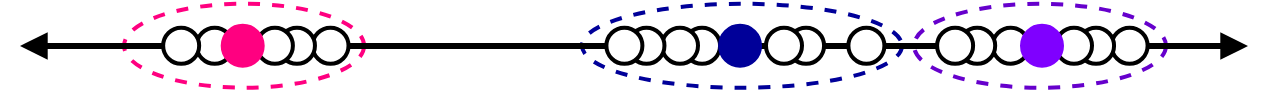
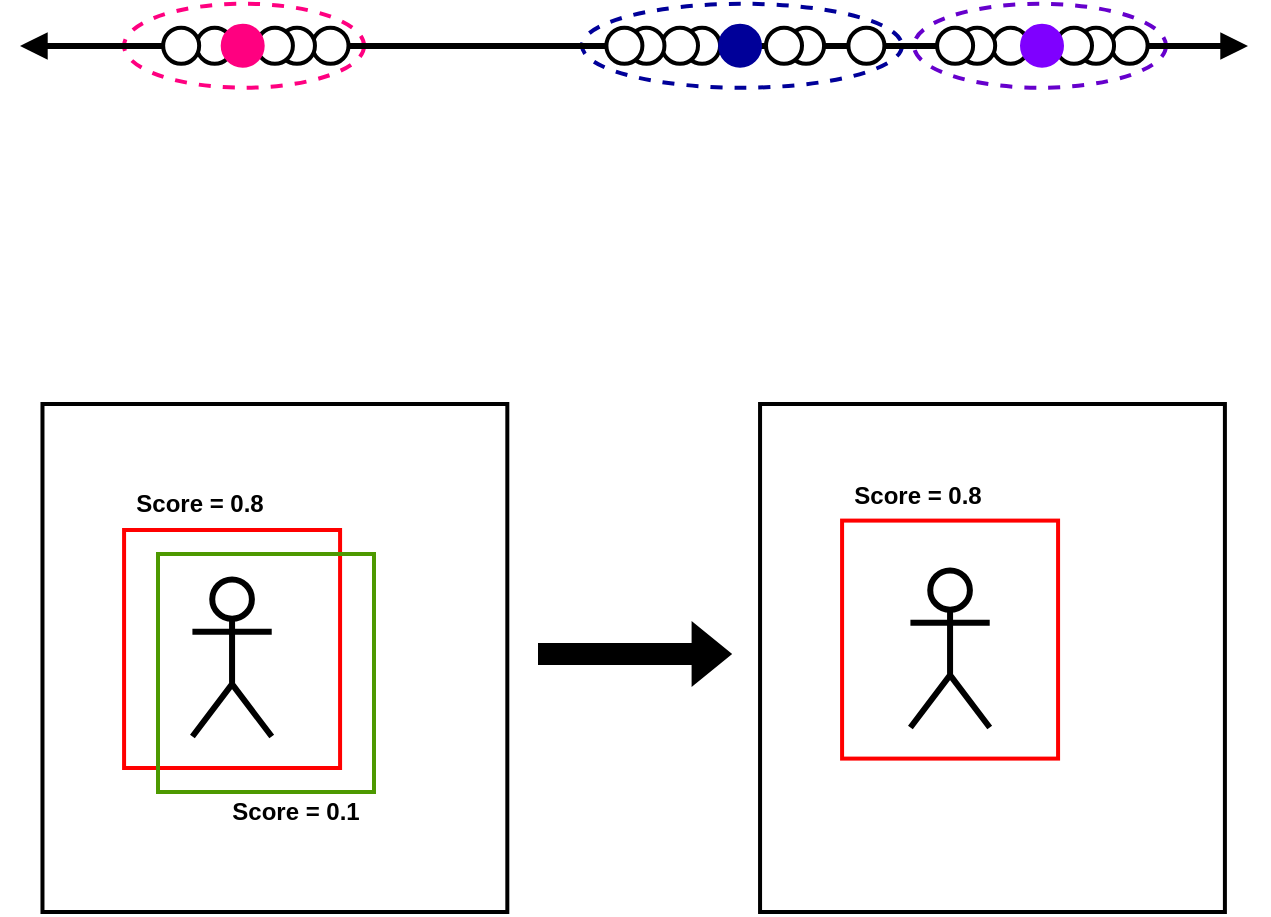
<mxfile host="Electron" agent="Mozilla/5.0 (Windows NT 10.0; Win64; x64) AppleWebKit/537.36 (KHTML, like Gecko) draw.io/25.0.1 Chrome/128.0.6613.186 Electron/32.2.6 Safari/537.36" pages="2">
  <diagram name="Sketch Pad" id="3yqpxKQvHaOyZTGhgoW6">
-     <mxGraphModel dx="5880" dy="1213" grid="0" gridSize="10" guides="1" tooltips="1" connect="1" arrows="1" fold="1" page="0" pageScale="1" pageWidth="850" pageHeight="1100" background="none" math="1" shadow="0">
+     <mxGraphModel dx="-2931" dy="-4284" grid="0" gridSize="10" guides="1" tooltips="1" connect="1" arrows="1" fold="1" page="0" pageScale="1" pageWidth="850" pageHeight="1100" background="none" math="1" shadow="0">
      <root>
        <mxCell id="0" />
        <mxCell id="1" parent="0" />
        <mxCell id="3xs7M_SOGUybf0Lt4Fvw-70" parent="1" style="ellipse;whiteSpace=wrap;html=1;dashed=1;strokeWidth=2;strokeColor=#6600CC;" value="" vertex="1">
          <mxGeometry height="42" width="126" x="4957" y="5238.87" as="geometry" />
        </mxCell>
        <mxCell id="3xs7M_SOGUybf0Lt4Fvw-68" parent="1" style="ellipse;whiteSpace=wrap;html=1;dashed=1;strokeWidth=2;strokeColor=#000099;" value="" vertex="1">
          <mxGeometry height="42" width="160" x="4791" y="5238.87" as="geometry" />
        </mxCell>
        <mxCell id="3xs7M_SOGUybf0Lt4Fvw-27" parent="1" style="ellipse;whiteSpace=wrap;html=1;dashed=1;strokeWidth=2;strokeColor=#FF0080;" value="" vertex="1">
          <mxGeometry height="42" width="120" x="4562.04" y="5238.87" as="geometry" />
        </mxCell>
        <mxCell id="3xs7M_SOGUybf0Lt4Fvw-25" edge="1" parent="1" style="endArrow=block;html=1;rounded=0;strokeWidth=3;strokeColor=#000000;endFill=1;exitX=1;exitY=0.5;exitDx=0;exitDy=0;startArrow=block;startFill=1;" value="">
          <mxGeometry height="50" relative="1" width="50" as="geometry">
            <mxPoint x="4510" y="5260" as="sourcePoint" />
            <mxPoint x="5124" y="5260" as="targetPoint" />
          </mxGeometry>
        </mxCell>
        <mxCell id="3xs7M_SOGUybf0Lt4Fvw-28" parent="1" style="ellipse;whiteSpace=wrap;html=1;aspect=fixed;strokeWidth=2;fillColor=#FFFFFF;fontSize=18;strokeColor=#000000;" value="" vertex="1">
          <mxGeometry height="18" width="18" x="4842.03" y="5250.87" as="geometry" />
        </mxCell>
        <mxCell id="3xs7M_SOGUybf0Lt4Fvw-29" parent="1" style="ellipse;whiteSpace=wrap;html=1;aspect=fixed;strokeWidth=2;fillColor=#FFFFFF;fontSize=18;strokeColor=#000000;" value="" vertex="1">
          <mxGeometry height="18" width="18" x="4831" y="5250.87" as="geometry" />
        </mxCell>
        <mxCell id="3xs7M_SOGUybf0Lt4Fvw-30" parent="1" style="ellipse;whiteSpace=wrap;html=1;aspect=fixed;strokeWidth=2;fillColor=#FFFFFF;fontSize=18;strokeColor=#000000;" value="" vertex="1">
          <mxGeometry height="18" width="18" x="4894.03" y="5250.87" as="geometry" />
        </mxCell>
        <mxCell id="3xs7M_SOGUybf0Lt4Fvw-31" parent="1" style="ellipse;whiteSpace=wrap;html=1;aspect=fixed;strokeWidth=2;fillColor=#FFFFFF;fontSize=18;strokeColor=#000000;" value="" vertex="1">
          <mxGeometry height="18" width="18" x="4883" y="5250.87" as="geometry" />
        </mxCell>
        <mxCell id="3xs7M_SOGUybf0Lt4Fvw-32" parent="1" style="ellipse;whiteSpace=wrap;html=1;aspect=fixed;strokeWidth=2;fillColor=#FFFFFF;fontSize=18;strokeColor=#000000;" value="" vertex="1">
          <mxGeometry height="18" width="18" x="4924.2" y="5250.87" as="geometry" />
        </mxCell>
        <mxCell id="3xs7M_SOGUybf0Lt4Fvw-33" parent="1" style="ellipse;whiteSpace=wrap;html=1;aspect=fixed;strokeWidth=2;fillColor=#FFFFFF;fontSize=18;strokeColor=#000000;" value="" vertex="1">
          <mxGeometry height="18" width="18" x="4814.23" y="5250.87" as="geometry" />
        </mxCell>
        <mxCell id="3xs7M_SOGUybf0Lt4Fvw-34" parent="1" style="ellipse;whiteSpace=wrap;html=1;aspect=fixed;strokeWidth=2;fillColor=#FFFFFF;fontSize=18;strokeColor=#000000;" value="" vertex="1">
          <mxGeometry height="18" width="18" x="4803.2" y="5250.87" as="geometry" />
        </mxCell>
        <mxCell id="3xs7M_SOGUybf0Lt4Fvw-36" parent="1" style="ellipse;whiteSpace=wrap;html=1;aspect=fixed;strokeWidth=2;fillColor=#FFFFFF;fontSize=18;strokeColor=#000000;" value="" vertex="1">
          <mxGeometry height="18" width="18" x="4996.360000000001" y="5250.87" as="geometry" />
        </mxCell>
        <mxCell id="3xs7M_SOGUybf0Lt4Fvw-37" parent="1" style="ellipse;whiteSpace=wrap;html=1;aspect=fixed;strokeWidth=2;fillColor=#FFFFFF;fontSize=18;strokeColor=#000000;" value="" vertex="1">
          <mxGeometry height="18" width="18" x="4979.59" y="5250.87" as="geometry" />
        </mxCell>
        <mxCell id="3xs7M_SOGUybf0Lt4Fvw-38" parent="1" style="ellipse;whiteSpace=wrap;html=1;aspect=fixed;strokeWidth=2;fillColor=#FFFFFF;fontSize=18;strokeColor=#000000;" value="" vertex="1">
          <mxGeometry height="18" width="18" x="4968.56" y="5250.87" as="geometry" />
        </mxCell>
        <mxCell id="3xs7M_SOGUybf0Lt4Fvw-39" parent="1" style="ellipse;whiteSpace=wrap;html=1;aspect=fixed;strokeWidth=2;fillColor=#FFFFFF;fontSize=18;strokeColor=#000000;" value="" vertex="1">
          <mxGeometry height="18" width="18" x="5055.8" y="5250.87" as="geometry" />
        </mxCell>
        <mxCell id="3xs7M_SOGUybf0Lt4Fvw-40" parent="1" style="ellipse;whiteSpace=wrap;html=1;aspect=fixed;strokeWidth=2;fillColor=#FFFFFF;fontSize=18;strokeColor=#000000;" value="" vertex="1">
          <mxGeometry height="18" width="18" x="5039.03" y="5250.87" as="geometry" />
        </mxCell>
        <mxCell id="3xs7M_SOGUybf0Lt4Fvw-41" parent="1" style="ellipse;whiteSpace=wrap;html=1;aspect=fixed;strokeWidth=2;fillColor=#FFFFFF;fontSize=18;strokeColor=#000000;" value="" vertex="1">
          <mxGeometry height="18" width="18" x="5028" y="5250.87" as="geometry" />
        </mxCell>
        <mxCell id="3xs7M_SOGUybf0Lt4Fvw-42" parent="1" style="ellipse;whiteSpace=wrap;html=1;aspect=fixed;strokeWidth=2;fillColor=#FFFFFF;fontSize=18;strokeColor=#000000;" value="" vertex="1">
          <mxGeometry height="18" width="18" x="4656.25" y="5250.87" as="geometry" />
        </mxCell>
        <mxCell id="3xs7M_SOGUybf0Lt4Fvw-43" parent="1" style="ellipse;whiteSpace=wrap;html=1;aspect=fixed;strokeWidth=2;fillColor=#FFFFFF;fontSize=18;strokeColor=#000000;" value="" vertex="1">
          <mxGeometry height="18" width="18" x="4639.48" y="5250.87" as="geometry" />
        </mxCell>
        <mxCell id="3xs7M_SOGUybf0Lt4Fvw-44" parent="1" style="ellipse;whiteSpace=wrap;html=1;aspect=fixed;strokeWidth=2;fillColor=#FFFFFF;fontSize=18;strokeColor=#000000;" value="" vertex="1">
          <mxGeometry height="18" width="18" x="4628.45" y="5250.87" as="geometry" />
        </mxCell>
        <mxCell id="3xs7M_SOGUybf0Lt4Fvw-45" parent="1" style="ellipse;whiteSpace=wrap;html=1;aspect=fixed;strokeWidth=2;fillColor=#FFFFFF;fontSize=18;strokeColor=#000000;" value="" vertex="1">
          <mxGeometry height="18" width="18" x="4598.35" y="5250.87" as="geometry" />
        </mxCell>
        <mxCell id="3xs7M_SOGUybf0Lt4Fvw-46" parent="1" style="ellipse;whiteSpace=wrap;html=1;aspect=fixed;strokeWidth=2;fillColor=#FFFFFF;fontSize=18;strokeColor=#000000;" value="" vertex="1">
          <mxGeometry height="18" width="18" x="4581.58" y="5250.87" as="geometry" />
        </mxCell>
        <mxCell id="3xs7M_SOGUybf0Lt4Fvw-24" parent="1" style="ellipse;whiteSpace=wrap;html=1;aspect=fixed;strokeWidth=2;fillColor=#FF0080;fontSize=18;strokeColor=#FF0080;" value="" vertex="1">
          <mxGeometry height="20" width="20" x="4611.35" y="5249.87" as="geometry" />
        </mxCell>
        <mxCell id="3xs7M_SOGUybf0Lt4Fvw-23" parent="1" style="ellipse;whiteSpace=wrap;html=1;aspect=fixed;strokeWidth=2;fillColor=#000099;fontSize=18;strokeColor=#000099;" value="" vertex="1">
          <mxGeometry height="20" width="20" x="4860.03" y="5249.87" as="geometry" />
        </mxCell>
        <mxCell id="3xs7M_SOGUybf0Lt4Fvw-18" parent="1" style="ellipse;whiteSpace=wrap;html=1;aspect=fixed;strokeWidth=2;fillColor=#7F00FF;fontSize=18;strokeColor=#7F00FF;" value="" vertex="1">
          <mxGeometry height="20" width="20" x="5011" y="5249.87" as="geometry" />
+         </mxCell>
+         <mxCell id="SrY7hAEmb7g3FDKxlzOt-1" parent="1" style="rounded=0;whiteSpace=wrap;html=1;strokeWidth=2;" value="" vertex="1">
+           <mxGeometry height="254" width="232.42" x="4521.24" y="5439" as="geometry" />
+         </mxCell>
+         <mxCell id="SrY7hAEmb7g3FDKxlzOt-3" parent="1" style="rounded=0;whiteSpace=wrap;html=1;strokeWidth=2;" value="" vertex="1">
+           <mxGeometry height="254" width="232.42" x="4880.03" y="5439" as="geometry" />
+         </mxCell>
+         <mxCell id="SrY7hAEmb7g3FDKxlzOt-4" parent="1" style="rounded=0;whiteSpace=wrap;html=1;strokeWidth=2;strokeColor=#FF0000;" value="" vertex="1">
+           <mxGeometry height="119" width="108" x="4562.04" y="5502" as="geometry" />
+         </mxCell>
+         <mxCell id="SrY7hAEmb7g3FDKxlzOt-5" parent="1" style="rounded=0;whiteSpace=wrap;html=1;strokeWidth=2;strokeColor=#4D9900;fillColor=none;" value="" vertex="1">
+           <mxGeometry height="119" width="108" x="4579" y="5514" as="geometry" />
+         </mxCell>
+         <mxCell id="SrY7hAEmb7g3FDKxlzOt-6" parent="1" style="shape=umlActor;verticalLabelPosition=bottom;verticalAlign=top;html=1;outlineConnect=0;strokeWidth=3;" value="" vertex="1">
+           <mxGeometry height="78.5" width="39.65" x="4596.21" y="5526.75" as="geometry" />
+         </mxCell>
+         <mxCell id="SrY7hAEmb7g3FDKxlzOt-7" edge="1" parent="1" style="shape=flexArrow;endArrow=classic;html=1;rounded=0;fillColor=#000000;" value="">
+           <mxGeometry height="50" relative="1" width="50" as="geometry">
+             <mxPoint x="4769" y="5564" as="sourcePoint" />
+             <mxPoint x="4865.8" y="5564" as="targetPoint" />
+           </mxGeometry>
+         </mxCell>
+         <mxCell id="SrY7hAEmb7g3FDKxlzOt-9" parent="1" style="rounded=1;whiteSpace=wrap;html=1;arcSize=21;fontColor=#000000;fillColor=none;strokeColor=none;" value="&lt;b&gt;Score = 0.8&lt;/b&gt;" vertex="1">
+           <mxGeometry height="20.4" width="77.92" x="4561.08" y="5479" as="geometry" />
+         </mxCell>
+         <mxCell id="SrY7hAEmb7g3FDKxlzOt-10" parent="1" style="rounded=1;whiteSpace=wrap;html=1;arcSize=21;fontColor=#000000;fillColor=none;strokeColor=none;" value="&lt;b&gt;Score = 0.1&lt;/b&gt;" vertex="1">
+           <mxGeometry height="20.4" width="77.92" x="4609.08" y="5633" as="geometry" />
+         </mxCell>
+         <mxCell id="SrY7hAEmb7g3FDKxlzOt-11" parent="1" style="rounded=0;whiteSpace=wrap;html=1;strokeWidth=2;strokeColor=#FF0000;" value="" vertex="1">
+           <mxGeometry height="119" width="108" x="4921.04" y="5497.3" as="geometry" />
+         </mxCell>
+         <mxCell id="SrY7hAEmb7g3FDKxlzOt-13" parent="1" style="shape=umlActor;verticalLabelPosition=bottom;verticalAlign=top;html=1;outlineConnect=0;strokeWidth=3;" value="" vertex="1">
+           <mxGeometry height="78.5" width="39.65" x="4955.21" y="5522.25" as="geometry" />
+         </mxCell>
+         <mxCell id="SrY7hAEmb7g3FDKxlzOt-14" parent="1" style="rounded=1;whiteSpace=wrap;html=1;arcSize=21;fontColor=#000000;fillColor=none;strokeColor=none;" value="&lt;b&gt;Score = 0.8&lt;/b&gt;" vertex="1">
+           <mxGeometry height="20.4" width="77.92" x="4920.08" y="5474.3" as="geometry" />
        </mxCell>
      </root>
    </mxGraphModel>
  </diagram>
  <diagram id="VQYYpIQ0XjmSnySpdnR8" name="Export">
    <mxGraphModel dx="-1194" dy="-3251" grid="0" gridSize="10" guides="1" tooltips="1" connect="1" arrows="1" fold="1" page="0" pageScale="1" pageWidth="1654" pageHeight="1169" math="0" shadow="0">
      <root>
        <mxCell id="0" />
        <mxCell id="1" parent="0" />
        <mxCell id="AcH2kmI9KoW8Zcj0pN6Q-1" parent="1" style="ellipse;whiteSpace=wrap;html=1;dashed=1;strokeWidth=2;strokeColor=#6600CC;" value="" vertex="1">
          <mxGeometry height="42" width="126" x="6344" y="6125.869999999999" as="geometry" />
        </mxCell>
        <mxCell id="AcH2kmI9KoW8Zcj0pN6Q-2" parent="1" style="ellipse;whiteSpace=wrap;html=1;dashed=1;strokeWidth=2;strokeColor=#000099;" value="" vertex="1">
          <mxGeometry height="42" width="160" x="6178" y="6125.869999999999" as="geometry" />
        </mxCell>
        <mxCell id="AcH2kmI9KoW8Zcj0pN6Q-3" parent="1" style="ellipse;whiteSpace=wrap;html=1;dashed=1;strokeWidth=2;strokeColor=#FF0080;" value="" vertex="1">
          <mxGeometry height="42" width="120" x="5949.04" y="6125.869999999999" as="geometry" />
        </mxCell>
        <mxCell id="AcH2kmI9KoW8Zcj0pN6Q-4" edge="1" parent="1" style="endArrow=block;html=1;rounded=0;strokeWidth=3;strokeColor=#000000;endFill=1;exitX=1;exitY=0.5;exitDx=0;exitDy=0;startArrow=block;startFill=1;" value="">
          <mxGeometry height="50" relative="1" width="50" as="geometry">
            <mxPoint x="5897" y="6146.999999999999" as="sourcePoint" />
            <mxPoint x="6511" y="6146.999999999999" as="targetPoint" />
          </mxGeometry>
        </mxCell>
        <mxCell id="AcH2kmI9KoW8Zcj0pN6Q-7" parent="1" style="ellipse;whiteSpace=wrap;html=1;aspect=fixed;strokeWidth=2;fillColor=#FFFFFF;fontSize=18;strokeColor=#000000;" value="" vertex="1">
          <mxGeometry height="18" width="18" x="6229.03" y="6137.869999999999" as="geometry" />
        </mxCell>
        <mxCell id="AcH2kmI9KoW8Zcj0pN6Q-8" parent="1" style="ellipse;whiteSpace=wrap;html=1;aspect=fixed;strokeWidth=2;fillColor=#FFFFFF;fontSize=18;strokeColor=#000000;" value="" vertex="1">
          <mxGeometry height="18" width="18" x="6218" y="6137.869999999999" as="geometry" />
        </mxCell>
        <mxCell id="AcH2kmI9KoW8Zcj0pN6Q-9" parent="1" style="ellipse;whiteSpace=wrap;html=1;aspect=fixed;strokeWidth=2;fillColor=#FFFFFF;fontSize=18;strokeColor=#000000;" value="" vertex="1">
          <mxGeometry height="18" width="18" x="6281.03" y="6137.869999999999" as="geometry" />
        </mxCell>
        <mxCell id="AcH2kmI9KoW8Zcj0pN6Q-10" parent="1" style="ellipse;whiteSpace=wrap;html=1;aspect=fixed;strokeWidth=2;fillColor=#FFFFFF;fontSize=18;strokeColor=#000000;" value="" vertex="1">
          <mxGeometry height="18" width="18" x="6270" y="6137.869999999999" as="geometry" />
        </mxCell>
        <mxCell id="AcH2kmI9KoW8Zcj0pN6Q-11" parent="1" style="ellipse;whiteSpace=wrap;html=1;aspect=fixed;strokeWidth=2;fillColor=#FFFFFF;fontSize=18;strokeColor=#000000;" value="" vertex="1">
          <mxGeometry height="18" width="18" x="6311.2" y="6137.869999999999" as="geometry" />
        </mxCell>
        <mxCell id="AcH2kmI9KoW8Zcj0pN6Q-12" parent="1" style="ellipse;whiteSpace=wrap;html=1;aspect=fixed;strokeWidth=2;fillColor=#FFFFFF;fontSize=18;strokeColor=#000000;" value="" vertex="1">
          <mxGeometry height="18" width="18" x="6201.23" y="6137.869999999999" as="geometry" />
        </mxCell>
        <mxCell id="AcH2kmI9KoW8Zcj0pN6Q-13" parent="1" style="ellipse;whiteSpace=wrap;html=1;aspect=fixed;strokeWidth=2;fillColor=#FFFFFF;fontSize=18;strokeColor=#000000;" value="" vertex="1">
          <mxGeometry height="18" width="18" x="6190.2" y="6137.869999999999" as="geometry" />
        </mxCell>
        <mxCell id="AcH2kmI9KoW8Zcj0pN6Q-14" parent="1" style="ellipse;whiteSpace=wrap;html=1;aspect=fixed;strokeWidth=2;fillColor=#FFFFFF;fontSize=18;strokeColor=#000000;" value="" vertex="1">
          <mxGeometry height="18" width="18" x="6383.360000000001" y="6137.869999999999" as="geometry" />
        </mxCell>
        <mxCell id="AcH2kmI9KoW8Zcj0pN6Q-15" parent="1" style="ellipse;whiteSpace=wrap;html=1;aspect=fixed;strokeWidth=2;fillColor=#FFFFFF;fontSize=18;strokeColor=#000000;" value="" vertex="1">
          <mxGeometry height="18" width="18" x="6366.59" y="6137.869999999999" as="geometry" />
        </mxCell>
        <mxCell id="AcH2kmI9KoW8Zcj0pN6Q-16" parent="1" style="ellipse;whiteSpace=wrap;html=1;aspect=fixed;strokeWidth=2;fillColor=#FFFFFF;fontSize=18;strokeColor=#000000;" value="" vertex="1">
          <mxGeometry height="18" width="18" x="6355.56" y="6137.869999999999" as="geometry" />
        </mxCell>
        <mxCell id="AcH2kmI9KoW8Zcj0pN6Q-17" parent="1" style="ellipse;whiteSpace=wrap;html=1;aspect=fixed;strokeWidth=2;fillColor=#FFFFFF;fontSize=18;strokeColor=#000000;" value="" vertex="1">
          <mxGeometry height="18" width="18" x="6442.8" y="6137.869999999999" as="geometry" />
        </mxCell>
        <mxCell id="AcH2kmI9KoW8Zcj0pN6Q-18" parent="1" style="ellipse;whiteSpace=wrap;html=1;aspect=fixed;strokeWidth=2;fillColor=#FFFFFF;fontSize=18;strokeColor=#000000;" value="" vertex="1">
          <mxGeometry height="18" width="18" x="6426.03" y="6137.869999999999" as="geometry" />
        </mxCell>
        <mxCell id="AcH2kmI9KoW8Zcj0pN6Q-19" parent="1" style="ellipse;whiteSpace=wrap;html=1;aspect=fixed;strokeWidth=2;fillColor=#FFFFFF;fontSize=18;strokeColor=#000000;" value="" vertex="1">
          <mxGeometry height="18" width="18" x="6415" y="6137.869999999999" as="geometry" />
        </mxCell>
        <mxCell id="AcH2kmI9KoW8Zcj0pN6Q-20" parent="1" style="ellipse;whiteSpace=wrap;html=1;aspect=fixed;strokeWidth=2;fillColor=#FFFFFF;fontSize=18;strokeColor=#000000;" value="" vertex="1">
          <mxGeometry height="18" width="18" x="6043.25" y="6137.869999999999" as="geometry" />
        </mxCell>
        <mxCell id="AcH2kmI9KoW8Zcj0pN6Q-21" parent="1" style="ellipse;whiteSpace=wrap;html=1;aspect=fixed;strokeWidth=2;fillColor=#FFFFFF;fontSize=18;strokeColor=#000000;" value="" vertex="1">
          <mxGeometry height="18" width="18" x="6026.48" y="6137.869999999999" as="geometry" />
        </mxCell>
        <mxCell id="AcH2kmI9KoW8Zcj0pN6Q-22" parent="1" style="ellipse;whiteSpace=wrap;html=1;aspect=fixed;strokeWidth=2;fillColor=#FFFFFF;fontSize=18;strokeColor=#000000;" value="" vertex="1">
          <mxGeometry height="18" width="18" x="6015.45" y="6137.869999999999" as="geometry" />
        </mxCell>
        <mxCell id="AcH2kmI9KoW8Zcj0pN6Q-23" parent="1" style="ellipse;whiteSpace=wrap;html=1;aspect=fixed;strokeWidth=2;fillColor=#FFFFFF;fontSize=18;strokeColor=#000000;" value="" vertex="1">
          <mxGeometry height="18" width="18" x="5985.35" y="6137.869999999999" as="geometry" />
        </mxCell>
        <mxCell id="AcH2kmI9KoW8Zcj0pN6Q-24" parent="1" style="ellipse;whiteSpace=wrap;html=1;aspect=fixed;strokeWidth=2;fillColor=#FFFFFF;fontSize=18;strokeColor=#000000;" value="" vertex="1">
          <mxGeometry height="18" width="18" x="5968.58" y="6137.869999999999" as="geometry" />
        </mxCell>
        <mxCell id="AcH2kmI9KoW8Zcj0pN6Q-25" parent="1" style="ellipse;whiteSpace=wrap;html=1;aspect=fixed;strokeWidth=2;fillColor=#FF0080;fontSize=18;strokeColor=#FF0080;" value="" vertex="1">
          <mxGeometry height="20" width="20" x="5998.35" y="6136.869999999999" as="geometry" />
        </mxCell>
        <mxCell id="AcH2kmI9KoW8Zcj0pN6Q-26" parent="1" style="ellipse;whiteSpace=wrap;html=1;aspect=fixed;strokeWidth=2;fillColor=#000099;fontSize=18;strokeColor=#000099;" value="" vertex="1">
          <mxGeometry height="20" width="20" x="6247.03" y="6136.869999999999" as="geometry" />
        </mxCell>
        <mxCell id="AcH2kmI9KoW8Zcj0pN6Q-27" parent="1" style="ellipse;whiteSpace=wrap;html=1;aspect=fixed;strokeWidth=2;fillColor=#7F00FF;fontSize=18;strokeColor=#7F00FF;" value="" vertex="1">
          <mxGeometry height="20" width="20" x="6398" y="6136.869999999999" as="geometry" />
        </mxCell>
      </root>
    </mxGraphModel>
  </diagram>
</mxfile>
